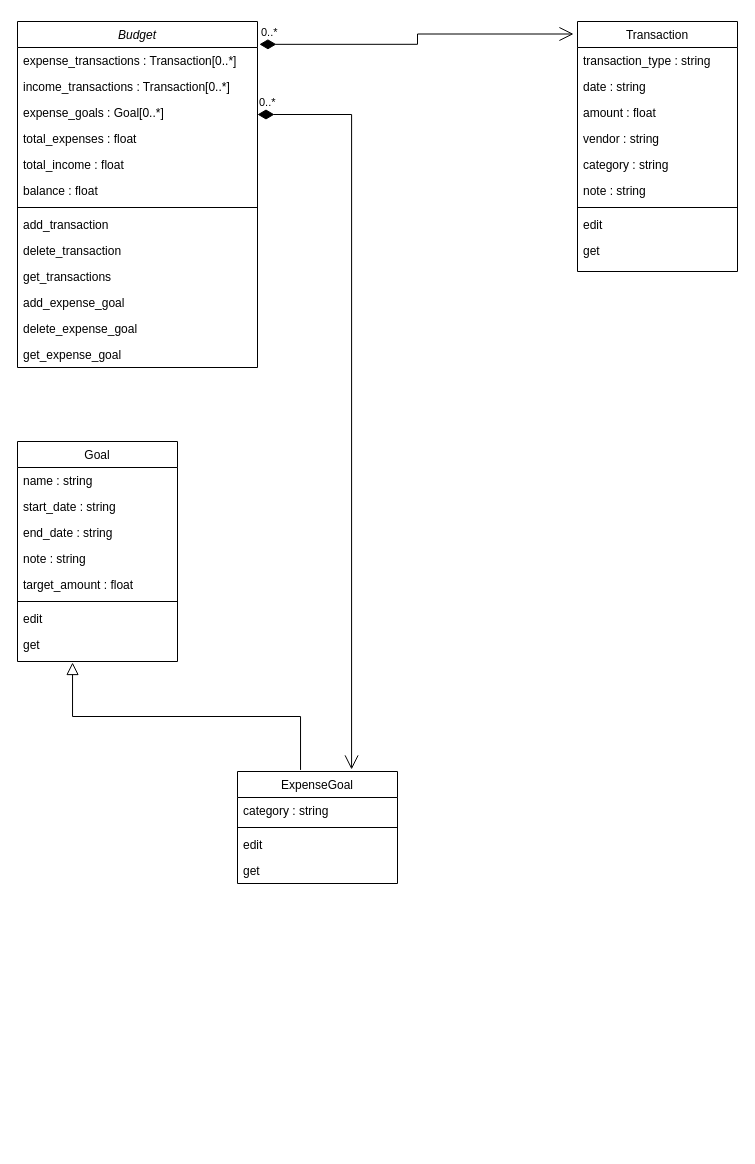
Before: class_diagram.drawio in cachampney/capstone, a draw.io diagram. Source tidied: cells renumbered, new cells numbered last; positions are measured from the earlier drawing's top-left corner, leaving out a move shared by most shapes. Both pictures are drawn from the tidied source at 100%, with x=0, y=0 at pixel (17, 21).
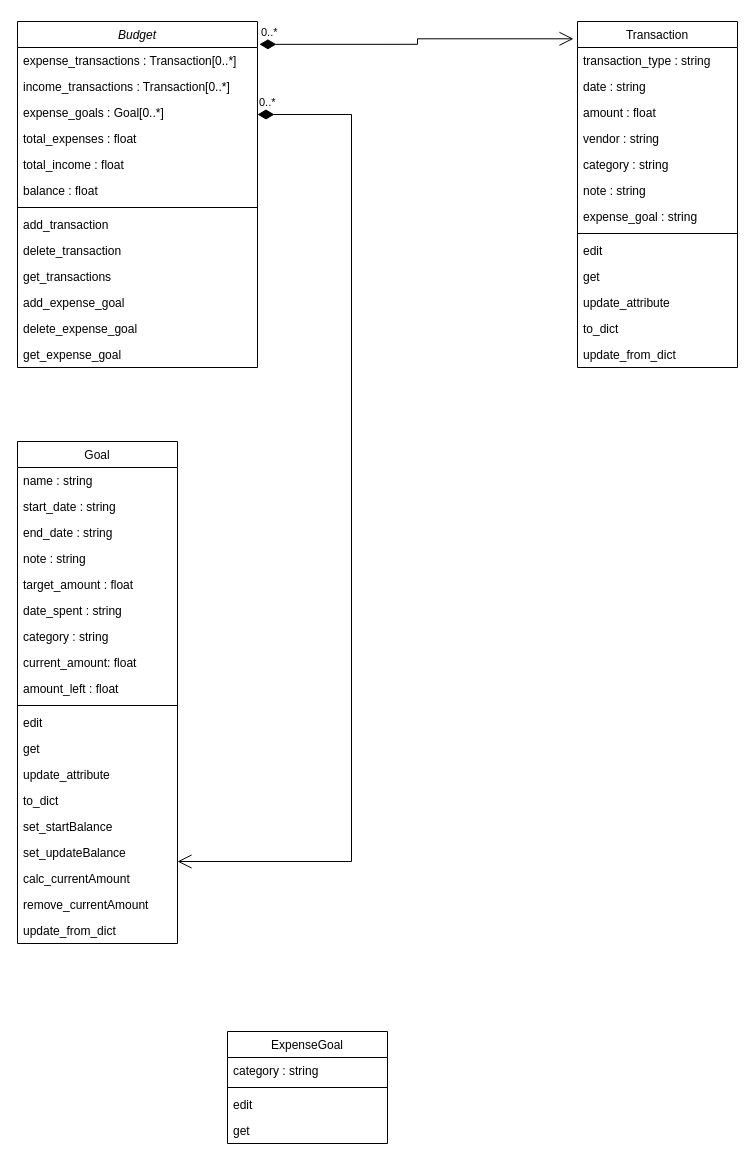
Above is the later version.

Change to the diagram source:
```diff
@@
     <mxCell id="16" value="Transaction" style="swimlane;fontStyle=0;align=center;verticalAlign=top;horizontal=1;startSize=26;rounded=0;shadow=0;strokeWidth=1;" parent="1" vertex="1">
-      <mxGeometry x="560" width="160" height="250" as="geometry" />
+      <mxGeometry x="560" width="160" height="346" as="geometry" />
     </mxCell>
@@
+    <mxCell id="43" value="expense_goal : string" style="text;align=left;verticalAlign=top;spacingLeft=4;spacingRight=4;overflow=hidden;rounded=0;shadow=0;html=0;" parent="16" vertex="1">
+      <mxGeometry y="182" width="160" height="26" as="geometry" />
+    </mxCell>
     <mxCell id="23" style="line;html=1;strokeWidth=1;align=left;verticalAlign=middle;spacingTop=-1;spacingLeft=3;spacingRight=3;labelPosition=right;" parent="16" vertex="1">
-      <mxGeometry y="182" width="160" height="8" as="geometry" />
+      <mxGeometry y="208" width="160" height="8" as="geometry" />
     </mxCell>
     <mxCell id="24" value="edit" style="text;align=left;verticalAlign=top;spacingLeft=4;spacingRight=4;overflow=hidden;" parent="16" vertex="1">
-      <mxGeometry y="190" width="160" height="26" as="geometry" />
+      <mxGeometry y="216" width="160" height="26" as="geometry" />
     </mxCell>
     <mxCell id="25" value="get" style="text;align=left;verticalAlign=top;spacingLeft=4;spacingRight=4;overflow=hidden;" parent="16" vertex="1">
-      <mxGeometry y="216" width="160" height="26" as="geometry" />
+      <mxGeometry y="242" width="160" height="26" as="geometry" />
     </mxCell>
+    <mxCell id="44" value="update_attribute" style="text;align=left;verticalAlign=top;spacingLeft=4;spacingRight=4;overflow=hidden;" parent="16" vertex="1">
+      <mxGeometry y="268" width="160" height="26" as="geometry" />
+    </mxCell>
+    <mxCell id="45" value="to_dict" style="text;align=left;verticalAlign=top;spacingLeft=4;spacingRight=4;overflow=hidden;" parent="16" vertex="1">
+      <mxGeometry y="294" width="160" height="26" as="geometry" />
+    </mxCell>
+    <mxCell id="46" value="update_from_dict" style="text;align=left;verticalAlign=top;spacingLeft=4;spacingRight=4;overflow=hidden;" parent="16" vertex="1">
+      <mxGeometry y="320" width="160" height="26" as="geometry" />
+    </mxCell>
@@
     <mxCell id="27" value="Goal" style="swimlane;fontStyle=0;align=center;verticalAlign=top;horizontal=1;startSize=26;rounded=0;shadow=0;strokeWidth=1;" parent="1" vertex="1">
-      <mxGeometry y="420" width="160" height="220" as="geometry" />
+      <mxGeometry y="420" width="160" height="502" as="geometry" />
     </mxCell>
@@
+    <mxCell id="47" value="date_spent : string" style="text;align=left;verticalAlign=top;spacingLeft=4;spacingRight=4;overflow=hidden;rounded=0;shadow=0;html=0;" parent="27" vertex="1">
+      <mxGeometry y="156" width="160" height="26" as="geometry" />
+    </mxCell>
+    <mxCell id="48" value="category : string" style="text;align=left;verticalAlign=top;spacingLeft=4;spacingRight=4;overflow=hidden;rounded=0;shadow=0;html=0;" parent="27" vertex="1">
+      <mxGeometry y="182" width="160" height="26" as="geometry" />
+    </mxCell>
+    <mxCell id="49" value="current_amount: float" style="text;align=left;verticalAlign=top;spacingLeft=4;spacingRight=4;overflow=hidden;rounded=0;shadow=0;html=0;" parent="27" vertex="1">
+      <mxGeometry y="208" width="160" height="26" as="geometry" />
+    </mxCell>
+    <mxCell id="50" value="amount_left : float" style="text;align=left;verticalAlign=top;spacingLeft=4;spacingRight=4;overflow=hidden;rounded=0;shadow=0;html=0;" parent="27" vertex="1">
+      <mxGeometry y="234" width="160" height="26" as="geometry" />
+    </mxCell>
     <mxCell id="33" style="line;html=1;strokeWidth=1;align=left;verticalAlign=middle;spacingTop=-1;spacingLeft=3;spacingRight=3;labelPosition=right;" parent="27" vertex="1">
-      <mxGeometry y="156" width="160" height="8" as="geometry" />
+      <mxGeometry y="260" width="160" height="8" as="geometry" />
     </mxCell>
     <mxCell id="34" value="edit" style="text;align=left;verticalAlign=top;spacingLeft=4;spacingRight=4;overflow=hidden;" parent="27" vertex="1">
-      <mxGeometry y="164" width="160" height="26" as="geometry" />
+      <mxGeometry y="268" width="160" height="26" as="geometry" />
     </mxCell>
     <mxCell id="35" value="get" style="text;align=left;verticalAlign=top;spacingLeft=4;spacingRight=4;overflow=hidden;points=[[0,0.5],[1,0.5]];portConstraint=eastwest;" parent="27" vertex="1">
-      <mxGeometry y="190" width="160" height="26" as="geometry" />
+      <mxGeometry y="294" width="160" height="26" as="geometry" />
     </mxCell>
+    <mxCell id="51" value="update_attribute" style="text;align=left;verticalAlign=top;spacingLeft=4;spacingRight=4;overflow=hidden;" parent="27" vertex="1">
+      <mxGeometry y="320" width="160" height="26" as="geometry" />
+    </mxCell>
+    <mxCell id="52" value="to_dict" style="text;align=left;verticalAlign=top;spacingLeft=4;spacingRight=4;overflow=hidden;" parent="27" vertex="1">
+      <mxGeometry y="346" width="160" height="26" as="geometry" />
+    </mxCell>
+    <mxCell id="53" value="set_startBalance" style="text;align=left;verticalAlign=top;spacingLeft=4;spacingRight=4;overflow=hidden;" parent="27" vertex="1">
+      <mxGeometry y="372" width="160" height="26" as="geometry" />
+    </mxCell>
+    <mxCell id="54" value="set_updateBalance" style="text;align=left;verticalAlign=top;spacingLeft=4;spacingRight=4;overflow=hidden;points=[[0,0.5],[1,0.5]];portConstraint=eastwest;" parent="27" vertex="1">
+      <mxGeometry y="398" width="160" height="26" as="geometry" />
+    </mxCell>
+    <mxCell id="55" value="calc_currentAmount" style="text;align=left;verticalAlign=top;spacingLeft=4;spacingRight=4;overflow=hidden;" parent="27" vertex="1">
+      <mxGeometry y="424" width="160" height="26" as="geometry" />
+    </mxCell>
+    <mxCell id="56" value="remove_currentAmount" style="text;align=left;verticalAlign=top;spacingLeft=4;spacingRight=4;overflow=hidden;" parent="27" vertex="1">
+      <mxGeometry y="450" width="160" height="26" as="geometry" />
+    </mxCell>
+    <mxCell id="57" value="update_from_dict" style="text;align=left;verticalAlign=top;spacingLeft=4;spacingRight=4;overflow=hidden;" parent="27" vertex="1">
+      <mxGeometry y="476" width="160" height="26" as="geometry" />
+    </mxCell>
     <mxCell id="36" value="ExpenseGoal" style="swimlane;fontStyle=0;align=center;verticalAlign=top;horizontal=1;startSize=26;rounded=0;shadow=0;strokeWidth=1;" parent="1" vertex="1">
-      <mxGeometry x="220" y="750" width="160" height="112" as="geometry" />
+      <mxGeometry x="210" y="1010" width="160" height="112" as="geometry" />
     </mxCell>
@@
-    <mxCell id="41" style="endArrow=block;endSize=10;endFill=0;shadow=0;strokeWidth=1;rounded=0;edgeStyle=elbowEdgeStyle;elbow=vertical;exitX=0.394;exitY=-0.014;exitDx=0;exitDy=0;exitPerimeter=0;entryX=0.344;entryY=1.192;entryDx=0;entryDy=0;entryPerimeter=0;" parent="1" edge="1" source="36" target="35">
-      <mxGeometry relative="1" as="geometry" />
-    </mxCell>
-    <mxCell id="42" value="0..*" style="endArrow=open;html=1;endSize=12;startArrow=diamondThin;startSize=14;startFill=1;edgeStyle=orthogonalEdgeStyle;align=left;verticalAlign=bottom;rounded=0;exitX=1.008;exitY=0.066;exitDx=0;exitDy=0;exitPerimeter=0;entryX=0.713;entryY=-0.018;entryDx=0;entryDy=0;entryPerimeter=0;" parent="1" edge="1" target="36">
+    <mxCell id="42" value="0..*" style="endArrow=open;html=1;endSize=12;startArrow=diamondThin;startSize=14;startFill=1;edgeStyle=orthogonalEdgeStyle;align=left;verticalAlign=bottom;rounded=0;exitX=1.008;exitY=0.066;exitDx=0;exitDy=0;exitPerimeter=0;entryX=1;entryY=0.846;entryDx=0;entryDy=0;entryPerimeter=0;" parent="1" edge="1" target="54">
       <mxGeometry x="-1" y="3" relative="1" as="geometry">
         <mxPoint x="240" y="93" as="sourcePoint" />
         <Array as="points">
           <mxPoint x="334" y="93" />
+          <mxPoint x="334" y="840" />
         </Array>
       </mxGeometry>
     </mxCell>
```
